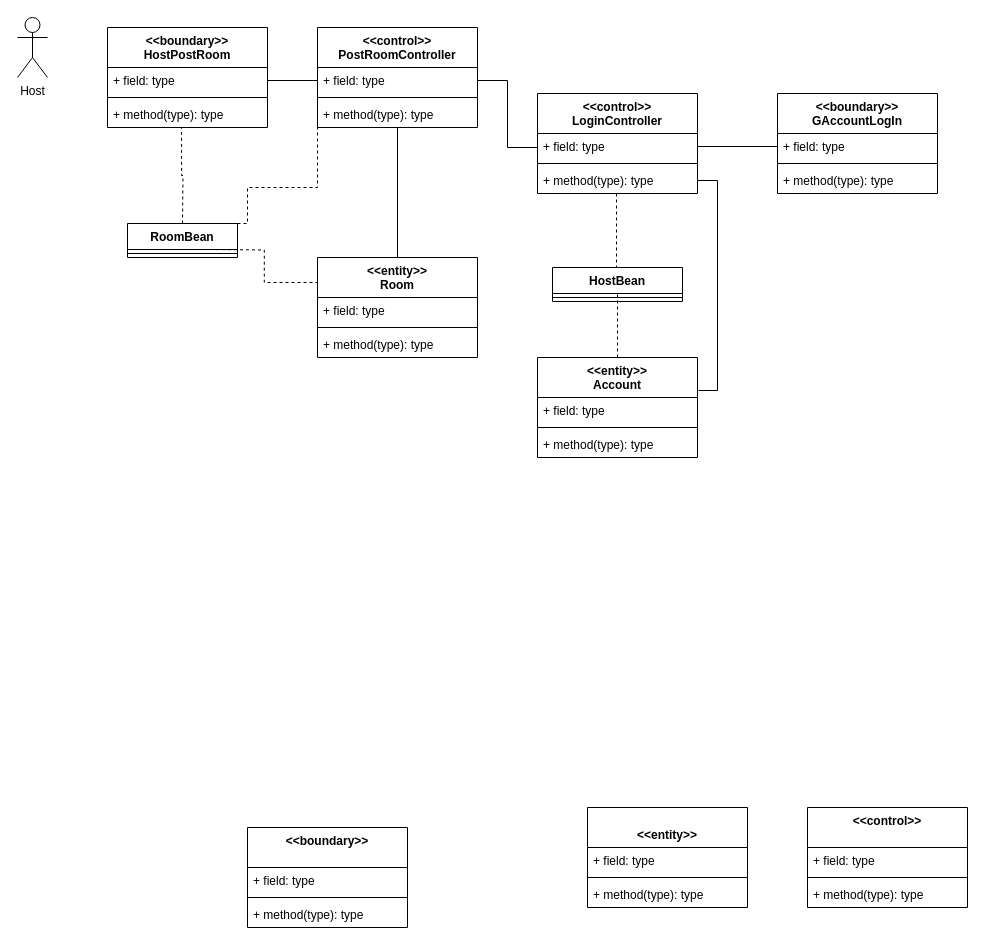
This is Docs/VoPC PostRoom.drawio from nic-agos/DoveStudi, a draw.io file, before an edit. Source tidied: cells renumbered, new cells numbered last; positions are measured from the earlier drawing's top-left corner, leaving out a move shared by most shapes. Both pictures are drawn from the tidied source at 100%, with x=0, y=0 at pixel (17, 17).
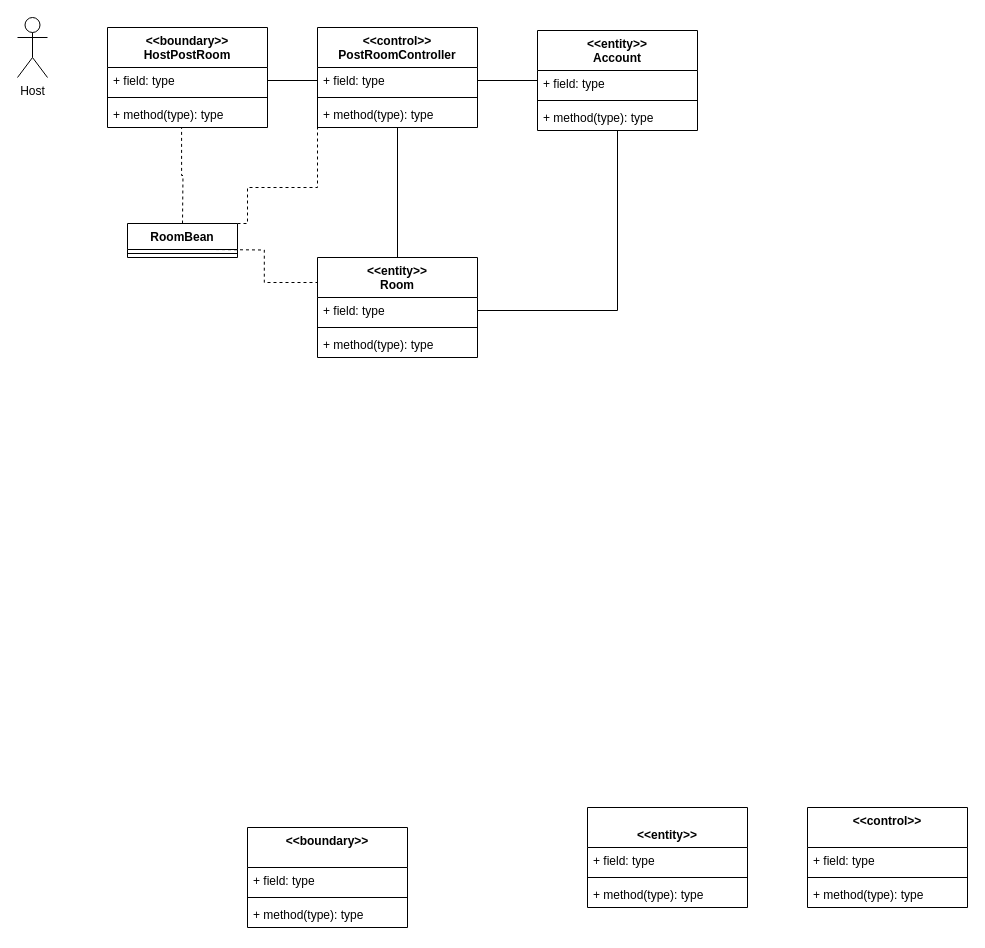
The same diagram, later.

The change refers to these unchanged cells:
```xml
<mxCell id="25" value="+ field: type" style="text;strokeColor=none;fillColor=none;align=left;verticalAlign=top;spacingLeft=4;spacingRight=4;overflow=hidden;points=[[0,0.5],[1,0.5]];portConstraint=eastwest;" parent="24" vertex="1">
  <mxGeometry y="40" width="160" height="26" as="geometry" />
</mxCell>
<mxCell id="40" value="+ field: type" style="text;strokeColor=none;fillColor=none;align=left;verticalAlign=top;spacingLeft=4;spacingRight=4;overflow=hidden;points=[[0,0.5],[1,0.5]];portConstraint=eastwest;" parent="39" vertex="1">
  <mxGeometry y="40" width="160" height="26" as="geometry" />
</mxCell>
```

Change to the diagram source:
```diff
@@
-    <mxCell id="19" style="edgeStyle=orthogonalEdgeStyle;rounded=0;jettySize=auto;html=1;exitX=0.5;exitY=0;exitDx=0;exitDy=0;entryX=0.494;entryY=0.987;entryDx=0;entryDy=0;entryPerimeter=0;endArrow=none;endFill=0;dashed=1;" parent="1" edge="1" source="20" target="32">
-      <mxGeometry relative="1" as="geometry">
-        <Array as="points">
-          <mxPoint x="600" y="258" />
-          <mxPoint x="599" y="258" />
-        </Array>
-      </mxGeometry>
-    </mxCell>
     <mxCell id="20" value="&lt;&lt;entity&gt;&gt;&#10;Account" style="swimlane;fontStyle=1;align=center;verticalAlign=top;horizontal=1;startSize=40;" parent="1" vertex="1">
-      <mxGeometry x="520" y="340" width="160" height="100" as="geometry" />
+      <mxGeometry x="520" y="13" width="160" height="100" as="geometry" />
     </mxCell>
@@
-    <mxCell id="29" value="&lt;&lt;control&gt;&gt;&#10;LoginController" style="swimlane;fontStyle=1;align=center;verticalAlign=top;horizontal=1;startSize=40;" parent="1" vertex="1">
-      <mxGeometry x="520" y="76" width="160" height="100" as="geometry" />
-    </mxCell>
-    <mxCell id="30" value="+ field: type" style="text;strokeColor=none;fillColor=none;align=left;verticalAlign=top;spacingLeft=4;spacingRight=4;overflow=hidden;points=[[0,0.5],[1,0.5]];portConstraint=eastwest;" parent="29" vertex="1">
-      <mxGeometry y="40" width="160" height="26" as="geometry" />
-    </mxCell>
-    <mxCell id="31" style="line;strokeWidth=1;fillColor=none;align=left;verticalAlign=middle;spacingTop=-1;spacingLeft=3;spacingRight=3;labelPosition=right;" parent="29" vertex="1">
-      <mxGeometry y="66" width="160" height="8" as="geometry" />
-    </mxCell>
-    <mxCell id="32" value="+ method(type): type" style="text;strokeColor=none;fillColor=none;align=left;verticalAlign=top;spacingLeft=4;spacingRight=4;overflow=hidden;points=[[0,0.5],[1,0.5]];portConstraint=eastwest;" parent="29" vertex="1">
-      <mxGeometry y="74" width="160" height="26" as="geometry" />
-    </mxCell>
-    <mxCell id="33" style="edgeStyle=orthogonalEdgeStyle;rounded=0;jettySize=auto;html=1;exitX=1;exitY=0.5;exitDx=0;exitDy=0;entryX=0;entryY=0.5;entryDx=0;entryDy=0;endArrow=none;endFill=0;" parent="1" edge="1" source="25" target="29">
-      <mxGeometry relative="1" as="geometry">
-        <Array as="points">
-          <mxPoint x="490" y="63" />
-          <mxPoint x="490" y="130" />
-          <mxPoint x="520" y="130" />
-        </Array>
-      </mxGeometry>
-    </mxCell>
-    <mxCell id="34" value="&lt;&lt;boundary&gt;&gt;&#10;GAccountLogIn" style="swimlane;fontStyle=1;align=center;verticalAlign=top;horizontal=1;startSize=40;" parent="1" vertex="1">
-      <mxGeometry x="760" y="76" width="160" height="100" as="geometry" />
-    </mxCell>
-    <mxCell id="35" value="+ field: type" style="text;strokeColor=none;fillColor=none;align=left;verticalAlign=top;spacingLeft=4;spacingRight=4;overflow=hidden;points=[[0,0.5],[1,0.5]];portConstraint=eastwest;" parent="34" vertex="1">
-      <mxGeometry y="40" width="160" height="26" as="geometry" />
-    </mxCell>
-    <mxCell id="36" style="line;strokeWidth=1;fillColor=none;align=left;verticalAlign=middle;spacingTop=-1;spacingLeft=3;spacingRight=3;labelPosition=right;" parent="34" vertex="1">
-      <mxGeometry y="66" width="160" height="8" as="geometry" />
-    </mxCell>
-    <mxCell id="37" value="+ method(type): type" style="text;strokeColor=none;fillColor=none;align=left;verticalAlign=top;spacingLeft=4;spacingRight=4;overflow=hidden;" parent="34" vertex="1">
-      <mxGeometry y="74" width="160" height="26" as="geometry" />
-    </mxCell>
@@
-    <mxCell id="43" style="edgeStyle=orthogonalEdgeStyle;rounded=0;jettySize=auto;html=1;exitX=1;exitY=0.5;exitDx=0;exitDy=0;entryX=0;entryY=0.5;entryDx=0;entryDy=0;endArrow=none;endFill=0;" parent="1" edge="1" source="30" target="35">
-      <mxGeometry relative="1" as="geometry" />
-    </mxCell>
@@
-    <mxCell id="49" value="HostBean" style="swimlane;fontStyle=1;align=center;verticalAlign=top;horizontal=1;startSize=26;" parent="1" vertex="1">
-      <mxGeometry x="535" y="250" width="130" height="34" as="geometry" />
-    </mxCell>
-    <mxCell id="50" style="line;strokeWidth=1;fillColor=none;align=left;verticalAlign=middle;spacingTop=-1;spacingLeft=3;spacingRight=3;labelPosition=right;" parent="49" vertex="1">
-      <mxGeometry y="26" width="130" height="8" as="geometry" />
-    </mxCell>
-    <mxCell id="51" style="edgeStyle=orthogonalEdgeStyle;rounded=0;jettySize=auto;html=1;exitX=1;exitY=0.5;exitDx=0;exitDy=0;entryX=1.006;entryY=0.33;entryDx=0;entryDy=0;entryPerimeter=0;endArrow=none;endFill=0;" parent="1" edge="1" source="32" target="20">
-      <mxGeometry relative="1" as="geometry" />
-    </mxCell>
+    <mxCell id="52" style="edgeStyle=orthogonalEdgeStyle;rounded=0;jettySize=auto;html=1;exitX=1;exitY=0.5;exitDx=0;exitDy=0;entryX=0;entryY=0.5;entryDx=0;entryDy=0;endArrow=none;endFill=0;" parent="1" edge="1" source="25" target="20">
+      <mxGeometry relative="1" as="geometry" />
+    </mxCell>
+    <mxCell id="53" style="edgeStyle=orthogonalEdgeStyle;rounded=0;jettySize=auto;html=1;exitX=1;exitY=0.5;exitDx=0;exitDy=0;endArrow=none;endFill=0;" parent="1" edge="1" source="40" target="20">
+      <mxGeometry relative="1" as="geometry" />
+    </mxCell>
```
